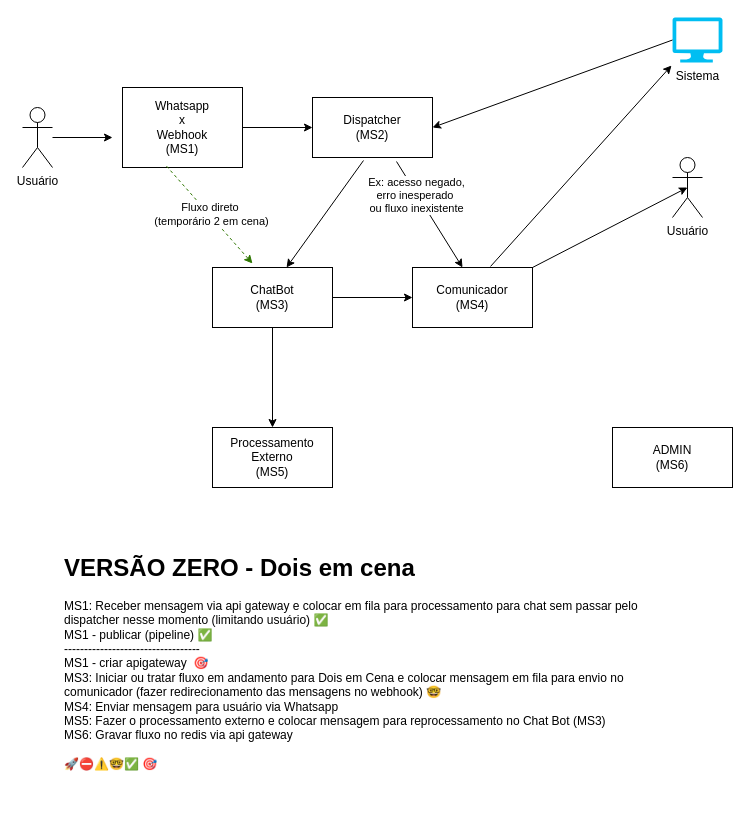
Above: fluxo-geral.drawio in LeoKvra/zappa-docs (draw.io), before the change. Source tidied: cells renumbered, new cells numbered last; positions are measured from the earlier drawing's top-left corner, leaving out a move shared by most shapes. Both pictures are drawn from the tidied source at 100%, with x=0, y=0 at pixel (22, 17).
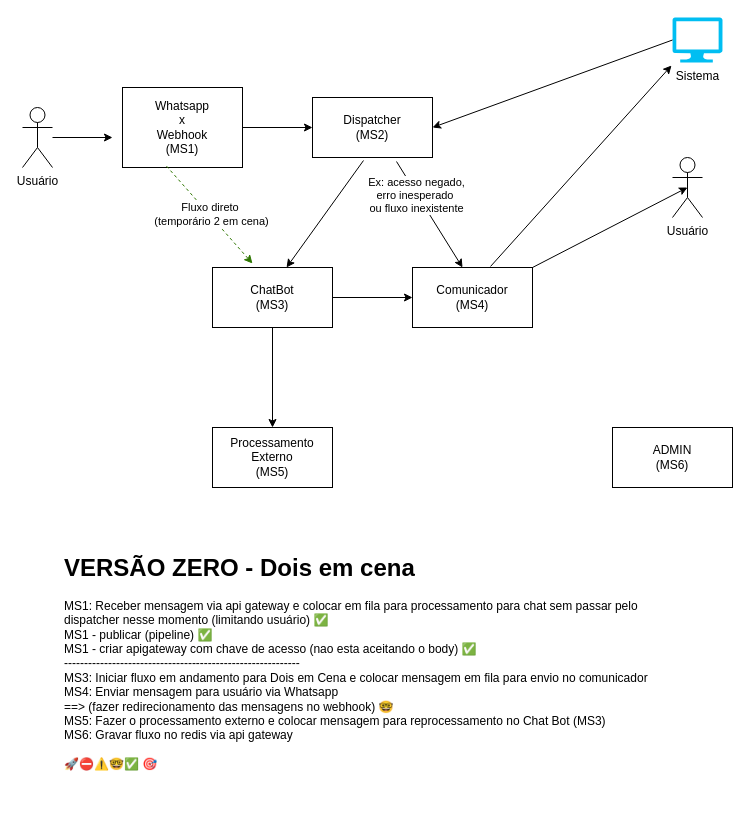
The same page after the edit.

The edit, as a diff of the source:
```diff
@@
-    <mxCell id="22" value="&lt;h1 style=&quot;margin-top: 0px;&quot;&gt;VERSÃO ZERO - Dois em cena&lt;/h1&gt;&lt;div&gt;MS1: Receber mensagem via api gateway e colocar em fila para processamento para chat sem passar pelo dispatcher nesse momento (limitando usuário)&amp;nbsp;&lt;span style=&quot;background-color: initial;&quot;&gt;✅&lt;br&gt;&lt;/span&gt;&lt;span style=&quot;background-color: initial;&quot;&gt;MS1 - publicar (pipeline)&amp;nbsp;&lt;/span&gt;✅&lt;br&gt;&lt;span style=&quot;background-color: initial;&quot;&gt;----------------------------------&lt;br&gt;MS1 - criar apigateway&amp;nbsp;&lt;/span&gt;&amp;nbsp;🎯&lt;span style=&quot;background-color: initial;&quot;&gt;&lt;br&gt;MS3: Iniciar ou tratar fluxo em andamento para Dois em Cena e colocar mensagem em fila para envio no comunicador (fazer redirecionamento das mensagens no webhook) 🤓&lt;/span&gt;&lt;/div&gt;&lt;div&gt;MS4: Enviar mensagem para usuário via Whatsapp&lt;br&gt;MS5: Fazer o processamento externo e colocar mensagem para reprocessamento no Chat Bot (MS3)&lt;br&gt;MS6: Gravar fluxo no redis via api gateway&lt;br&gt;&lt;br&gt;🚀⛔⚠️🤓✅&amp;nbsp;🎯&lt;br&gt;&lt;/div&gt;" style="text;html=1;whiteSpace=wrap;overflow=hidden;rounded=0;" parent="1" vertex="1">
+    <mxCell id="22" value="&lt;h1 style=&quot;margin-top: 0px;&quot;&gt;VERSÃO ZERO - Dois em cena&lt;/h1&gt;&lt;div&gt;MS1: Receber mensagem via api gateway e colocar em fila para processamento para chat sem passar pelo dispatcher nesse momento (limitando usuário)&amp;nbsp;&lt;span style=&quot;background-color: initial;&quot;&gt;✅&lt;br&gt;&lt;/span&gt;&lt;span style=&quot;background-color: initial;&quot;&gt;MS1 - publicar (pipeline)&amp;nbsp;&lt;/span&gt;✅&lt;span style=&quot;background-color: initial;&quot;&gt;&lt;br&gt;MS1 - criar apigateway com chave de acesso&amp;nbsp;&lt;/span&gt;(nao esta&amp;nbsp;aceitando o body) ✅&lt;br&gt;&lt;span style=&quot;background-color: initial;&quot;&gt;-----------------------------------------------------------&lt;br&gt;MS3: Iniciar fluxo em andamento para Dois em Cena e colocar mensagem em fila para envio no comunicador&lt;br&gt;&lt;/span&gt;MS4: Enviar mensagem para usuário via Whatsapp&lt;br&gt;&lt;/div&gt;&lt;div&gt;==&amp;gt; (fazer redirecionamento das mensagens no webhook) 🤓&lt;br&gt;&lt;/div&gt;&lt;div&gt;MS5: Fazer o processamento externo e colocar mensagem para reprocessamento no Chat Bot (MS3)&lt;br&gt;MS6: Gravar fluxo no redis via api gateway&lt;br&gt;&lt;br&gt;🚀⛔⚠️🤓✅&amp;nbsp;🎯&lt;br&gt;&lt;/div&gt;" style="text;html=1;whiteSpace=wrap;overflow=hidden;rounded=0;" parent="1" vertex="1">
       <mxGeometry x="40" y="530" width="620" height="270" as="geometry" />
     </mxCell>
```
